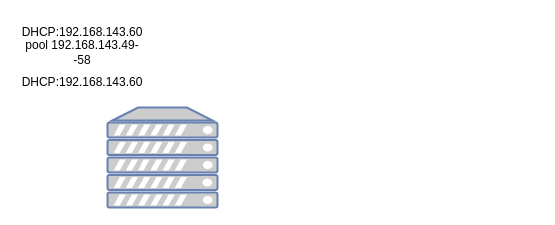
Above: R2.03TD.drawio in xadija-28/SAE-Traitement-de-donn-es (draw.io), before the change. Source tidied: cells renumbered, new cells numbered last; positions are measured from the earlier drawing's top-left corner, leaving out a move shared by most shapes. Both pictures are drawn from the tidied source at 100%, with x=0, y=0 at pixel (17, 17).
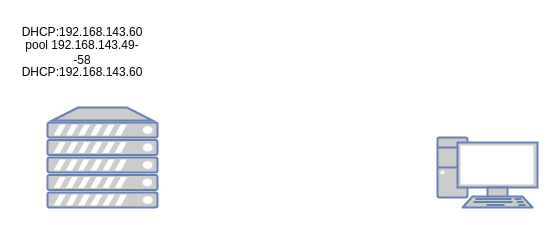
Above is the later version.

Commit message (it also covers changes not shown here):
Mettre à jour R2.03TD.drawio

What changed in the source:
```diff
@@
 <mxGraphModel>
   <root>
     <mxCell id="0" />
     <mxCell id="1" parent="0" />
     <mxCell id="2" style="fontColor=#0066CC;verticalAlign=top;verticalLabelPosition=bottom;labelPosition=center;align=center;html=1;fillColor=#CCCCCC;strokeColor=#6881B3;gradientColor=none;gradientDirection=north;strokeWidth=2;shape=mxgraph.networks.server;" parent="1" vertex="1">
-      <mxGeometry x="90" y="90" width="110" height="100" as="geometry" />
+      <mxGeometry x="30" y="90" width="110" height="100" as="geometry" />
     </mxCell>
     <mxCell id="3" value="pool 192.168.143.49--58" style="text;html=1;strokeColor=none;fillColor=none;align=center;verticalAlign=middle;whiteSpace=wrap;rounded=0;" parent="1" vertex="1">
       <mxGeometry y="20" width="130" height="30" as="geometry" />
     </mxCell>
     <mxCell id="4" value="DHCP:192.168.143.60" style="text;html=1;strokeColor=none;fillColor=none;align=center;verticalAlign=middle;whiteSpace=wrap;rounded=0;" parent="1" vertex="1">
       <mxGeometry width="130" height="30" as="geometry" />
     </mxCell>
     <mxCell id="5" value="DHCP:192.168.143.60" style="text;html=1;strokeColor=none;fillColor=none;align=center;verticalAlign=middle;whiteSpace=wrap;rounded=0;" parent="1" vertex="1">
-      <mxGeometry y="50" width="130" height="30" as="geometry" />
+      <mxGeometry y="40" width="130" height="30" as="geometry" />
     </mxCell>
+    <mxCell id="6" style="fontColor=#0066CC;verticalAlign=top;verticalLabelPosition=bottom;labelPosition=center;align=center;html=1;fillColor=#CCCCCC;strokeColor=#6881B3;gradientColor=none;gradientDirection=north;strokeWidth=2;shape=mxgraph.networks.pc;" parent="1" vertex="1">
+      <mxGeometry x="420" y="120" width="100" height="70" as="geometry" />
+    </mxCell>
   </root>
 </mxGraphModel>
```
